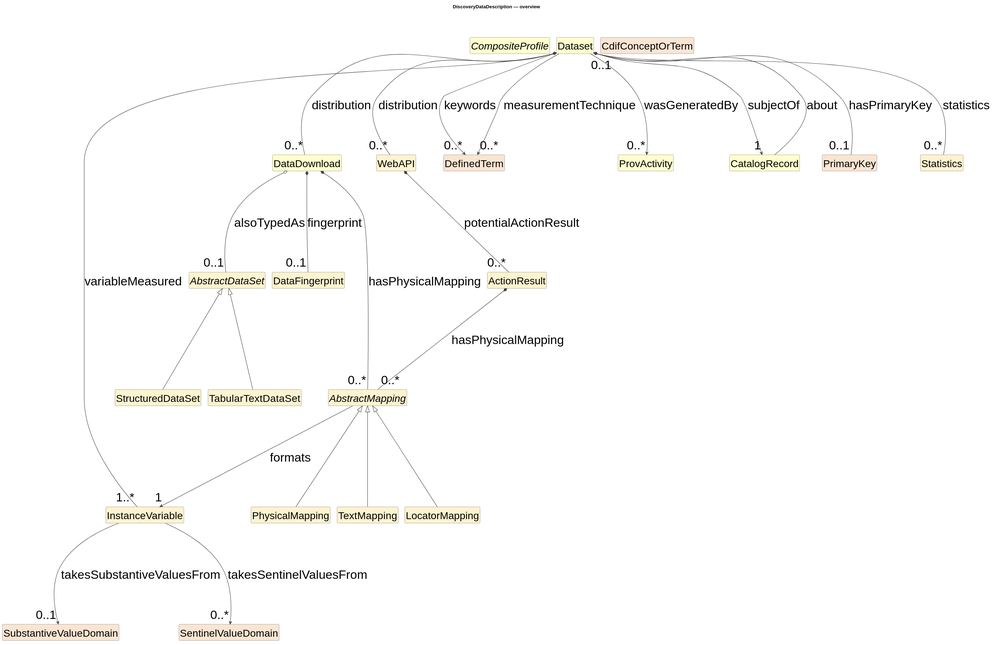
Earlier version of the PlantUML export cdif-uml-model/_plantuml/discoveryDataDescription/index.local.svg (Cross-Domain-Interoperability-Framework/metadataBuildingBlocks). Source of this version:
```plantuml
@startuml
title DiscoveryDataDescription — overview
hide circle
hide empty members
skinparam shadowing false
skinparam ArrowThickness 1.2
skinparam ranksep 250
skinparam nodesep 20
skinparam defaultFontSize 36
skinparam class {
  ArrowColor #404040
  BorderColor #404040
  FontSize 36
  AttributeFontSize 30
}

abstract class "CompositeProfile" as CompositeProfile #FEFECE
class "Dataset" as Dataset #FEFECE
class "DataDownload" as DataDownload #FEFECE
class "WebAPI" as WebAPI #FCF3CF
class "ActionResult" as ActionResult #FCF3CF
class "DefinedTerm" as DefinedTerm #FAE5D3
class "ProvActivity" as ProvActivity #FEFECE
class "CatalogRecord" as CatalogRecord #FEFECE
class "CdifConceptOrTerm" as CdifConceptOrTerm #FAE5D3
class "InstanceVariable" as InstanceVariable #FCF3CF
abstract class "AbstractMapping" as AbstractMapping #FCF3CF
class "PhysicalMapping" as PhysicalMapping #FCF3CF
class "TextMapping" as TextMapping #FCF3CF
class "LocatorMapping" as LocatorMapping #FCF3CF
abstract class "AbstractDataSet" as AbstractDataSet #FCF3CF
class "TabularTextDataSet" as TabularTextDataSet #FCF3CF
class "StructuredDataSet" as StructuredDataSet #FCF3CF
class "DataFingerprint" as DataFingerprint #FCF3CF
class "PrimaryKey" as PrimaryKey #FAE5D3
class "Statistics" as Statistics #FCF3CF
class "SubstantiveValueDomain" as SubstantiveValueDomain #FAE5D3
class "SentinelValueDomain" as SentinelValueDomain #FAE5D3
AbstractMapping <|-- PhysicalMapping
AbstractMapping <|-- TextMapping
AbstractMapping <|-- LocatorMapping
AbstractDataSet <|-- TabularTextDataSet
AbstractDataSet <|-- StructuredDataSet
Dataset --> "0..*" ProvActivity : wasGeneratedBy
Dataset --> "1" CatalogRecord : subjectOf
Dataset --> "0..*" DefinedTerm : keywords
Dataset --> "0..*" DefinedTerm : measurementTechnique
Dataset *-- "1..*" InstanceVariable : variableMeasured
Dataset *-- "0..1" PrimaryKey : hasPrimaryKey
Dataset *-- "0..*" Statistics : statistics
Dataset *-- "0..*" DataDownload : distribution
Dataset *-- "0..*" WebAPI : distribution
DataDownload *-- "0..*" AbstractMapping : hasPhysicalMapping
DataDownload o-- "0..1" AbstractDataSet : alsoTypedAs
DataDownload *-- "0..1" DataFingerprint : fingerprint
WebAPI *-- "0..*" ActionResult : potentialActionResult
ActionResult *-- "0..*" AbstractMapping : hasPhysicalMapping
CatalogRecord --> "0..1" Dataset : about
InstanceVariable --> "0..1" SubstantiveValueDomain : takesSubstantiveValuesFrom
InstanceVariable --> "0..*" SentinelValueDomain : takesSentinelValuesFrom
AbstractMapping --> "1" InstanceVariable : formats
@enduml
```
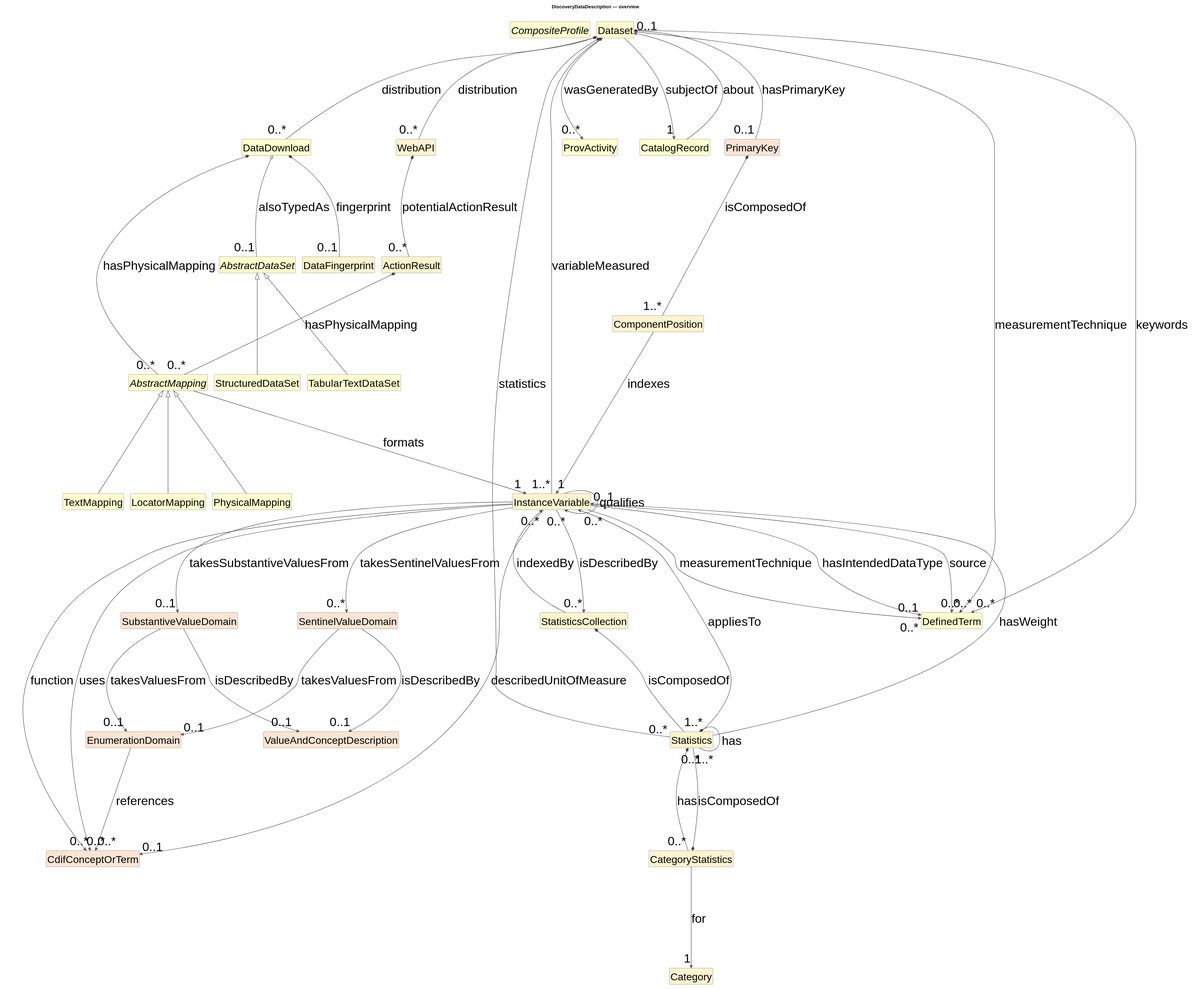
The same file after the commit.

Diff of the diagram source:
```diff
@@ -19,23 +19,29 @@
 class "DataDownload" as DataDownload #FEFECE
 class "WebAPI" as WebAPI #FCF3CF
 class "ActionResult" as ActionResult #FCF3CF
-class "DefinedTerm" as DefinedTerm #FAE5D3
+class "DefinedTerm" as DefinedTerm #FEFECE
 class "ProvActivity" as ProvActivity #FEFECE
 class "CatalogRecord" as CatalogRecord #FEFECE
 class "CdifConceptOrTerm" as CdifConceptOrTerm #FAE5D3
 class "InstanceVariable" as InstanceVariable #FCF3CF
-abstract class "AbstractMapping" as AbstractMapping #FCF3CF
-class "PhysicalMapping" as PhysicalMapping #FCF3CF
-class "TextMapping" as TextMapping #FCF3CF
-class "LocatorMapping" as LocatorMapping #FCF3CF
-abstract class "AbstractDataSet" as AbstractDataSet #FCF3CF
-class "TabularTextDataSet" as TabularTextDataSet #FCF3CF
-class "StructuredDataSet" as StructuredDataSet #FCF3CF
+class "SubstantiveValueDomain" as SubstantiveValueDomain #FAE5D3
+class "SentinelValueDomain" as SentinelValueDomain #FAE5D3
+class "EnumerationDomain" as EnumerationDomain #FAE5D3
+class "ValueAndConceptDescription" as ValueAndConceptDescription #FAE5D3
+abstract class "AbstractMapping" as AbstractMapping #FEFECE
+class "PhysicalMapping" as PhysicalMapping #FEFECE
+class "TextMapping" as TextMapping #FEFECE
+class "LocatorMapping" as LocatorMapping #FEFECE
+abstract class "AbstractDataSet" as AbstractDataSet #FEFECE
+class "TabularTextDataSet" as TabularTextDataSet #FEFECE
+class "StructuredDataSet" as StructuredDataSet #FEFECE
 class "DataFingerprint" as DataFingerprint #FCF3CF
 class "PrimaryKey" as PrimaryKey #FAE5D3
+class "ComponentPosition" as ComponentPosition #FCF3CF
 class "Statistics" as Statistics #FCF3CF
-class "SubstantiveValueDomain" as SubstantiveValueDomain #FAE5D3
-class "SentinelValueDomain" as SentinelValueDomain #FAE5D3
+class "CategoryStatistics" as CategoryStatistics #FCF3CF
+class "StatisticsCollection" as StatisticsCollection #FCF3CF
+class "Category" as Category #FCF3CF
 AbstractMapping <|-- PhysicalMapping
 AbstractMapping <|-- TextMapping
 AbstractMapping <|-- LocatorMapping
@@ -58,5 +64,28 @@
 CatalogRecord --> "0..1" Dataset : about
 InstanceVariable --> "0..1" SubstantiveValueDomain : takesSubstantiveValuesFrom
 InstanceVariable --> "0..*" SentinelValueDomain : takesSentinelValuesFrom
+InstanceVariable --> "0..*" CdifConceptOrTerm : uses
+InstanceVariable --> "0..1" DefinedTerm : hasIntendedDataType
+InstanceVariable --> "0..1" CdifConceptOrTerm : describedUnitOfMeasure
+InstanceVariable --> "0..*" CdifConceptOrTerm : function
+InstanceVariable --> "0..*" InstanceVariable : qualifies
+InstanceVariable --> "0..*" StatisticsCollection : isDescribedBy
+InstanceVariable --> "0..*" DefinedTerm : source
+InstanceVariable --> "0..*" DefinedTerm : measurementTechnique
+SubstantiveValueDomain --> "0..1" EnumerationDomain : takesValuesFrom
+SubstantiveValueDomain --> "0..1" ValueAndConceptDescription : isDescribedBy
+SentinelValueDomain --> "0..1" EnumerationDomain : takesValuesFrom
+SentinelValueDomain --> "0..1" ValueAndConceptDescription : isDescribedBy
+EnumerationDomain --> "0..*" CdifConceptOrTerm : references
 AbstractMapping --> "1" InstanceVariable : formats
+PrimaryKey *-- "1..*" ComponentPosition : isComposedOf
+ComponentPosition --> "1" InstanceVariable : indexes
+Statistics --> "0..*" InstanceVariable : appliesTo
+Statistics --> "0..1" InstanceVariable : hasWeight
+Statistics *-- "0..*" CategoryStatistics : has
+Statistics *-- "0..*" Statistics : has
+CategoryStatistics *-- "1..*" Statistics : isComposedOf
+CategoryStatistics --> "1" Category : for
+StatisticsCollection *-- "1..*" Statistics : isComposedOf
+StatisticsCollection --> "0..*" InstanceVariable : indexedBy
 @enduml
```
